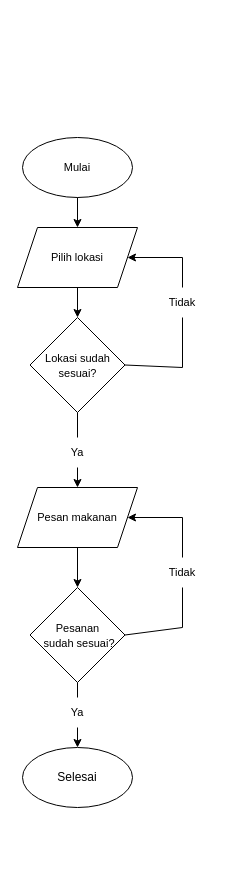
Earlier version of the draw.io diagram flowchart.drawio (NaufalNurFahriza/Naufal_Nur_Fahriza-Order_Food_App). Source tidied: cells renumbered, new cells numbered last; positions are measured from the earlier drawing's top-left corner, leaving out a move shared by most shapes. Both pictures are drawn from the tidied source at 100%, with x=0, y=0 at pixel (17, 137).
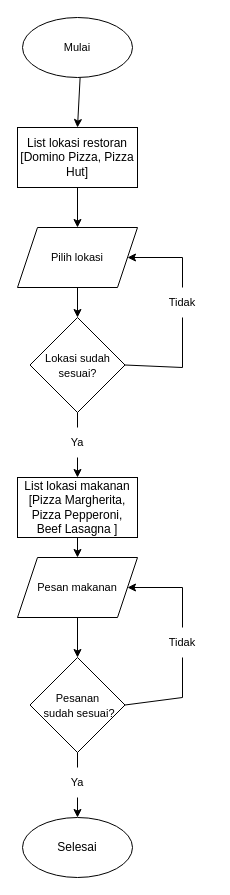
The same page after the edit.

Commit message:
penambahan list lokasi restoran dan menu makanan

Unchanged cells that the change refers to:
```xml
<mxCell id="5" value="&lt;font style=&quot;font-size: 11px&quot;&gt;Pilih lokasi&lt;/font&gt;" style="shape=parallelogram;perimeter=parallelogramPerimeter;whiteSpace=wrap;html=1;fixedSize=1;" parent="1" vertex="1">
  <mxGeometry y="90" width="120" height="60" as="geometry" />
</mxCell>
```

What changed in the source:
```diff
@@
+    <mxCell id="27" style="edgeStyle=none;html=1;" parent="1" edge="1" source="2" target="30">
+      <mxGeometry relative="1" as="geometry" />
+    </mxCell>
     <mxCell id="2" value="&lt;font style=&quot;font-size: 11px&quot;&gt;Mulai&lt;/font&gt;" style="ellipse;whiteSpace=wrap;html=1;" parent="1" vertex="1">
-      <mxGeometry x="5" width="110" height="60" as="geometry" />
+      <mxGeometry x="5" y="-120" width="110" height="60" as="geometry" />
     </mxCell>
     <mxCell id="3" value="Selesai" style="ellipse;whiteSpace=wrap;html=1;" parent="1" vertex="1">
-      <mxGeometry x="5" y="610" width="110" height="60" as="geometry" />
+      <mxGeometry x="5" y="680" width="110" height="60" as="geometry" />
     </mxCell>
@@
-    <mxCell id="12" style="edgeStyle=none;html=1;" parent="1" edge="1" source="13" target="17">
+    <mxCell id="12" style="edgeStyle=none;html=1;exitX=0.5;exitY=1;exitDx=0;exitDy=0;" parent="1" edge="1" source="31" target="17">
       <mxGeometry relative="1" as="geometry" />
     </mxCell>
+    <mxCell id="28" style="edgeStyle=none;html=1;" parent="1" edge="1" source="13" target="31">
+      <mxGeometry relative="1" as="geometry" />
+    </mxCell>
     <mxCell id="13" value="&lt;font style=&quot;font-size: 11px&quot;&gt;Ya&lt;/font&gt;" style="text;html=1;strokeColor=none;fillColor=none;align=center;verticalAlign=middle;whiteSpace=wrap;rounded=0;" parent="1" vertex="1">
-      <mxGeometry x="30" y="300" width="60" height="30" as="geometry" />
+      <mxGeometry x="30" y="290" width="60" height="30" as="geometry" />
     </mxCell>
@@
-    <mxCell id="15" style="edgeStyle=none;html=1;exitX=0.5;exitY=1;exitDx=0;exitDy=0;" parent="1" edge="1" source="2" target="5">
-      <mxGeometry relative="1" as="geometry" />
-    </mxCell>
@@
     <mxCell id="17" value="&lt;font style=&quot;font-size: 11px&quot;&gt;Pesan makanan&lt;/font&gt;" style="shape=parallelogram;perimeter=parallelogramPerimeter;whiteSpace=wrap;html=1;fixedSize=1;" parent="1" vertex="1">
-      <mxGeometry y="350" width="120" height="60" as="geometry" />
+      <mxGeometry y="420" width="120" height="60" as="geometry" />
     </mxCell>
@@
     <mxCell id="19" value="&lt;font style=&quot;font-size: 11px&quot;&gt;Pesanan&lt;br&gt;&amp;nbsp;sudah sesuai?&lt;/font&gt;" style="rhombus;whiteSpace=wrap;html=1;" parent="1" vertex="1">
-      <mxGeometry x="12.5" y="450" width="95" height="95" as="geometry" />
+      <mxGeometry x="12.5" y="520" width="95" height="95" as="geometry" />
     </mxCell>
     <mxCell id="20" style="endArrow=none;html=1;exitX=1;exitY=0.5;exitDx=0;exitDy=0;" parent="1" edge="1" source="19">
       <mxGeometry relative="1" as="geometry">
-        <mxPoint x="165" y="490" as="targetPoint" />
+        <mxPoint x="165" y="560" as="targetPoint" />
       </mxGeometry>
     </mxCell>
     <mxCell id="21" style="endArrow=none;html=1;startArrow=none;" parent="1" edge="1" source="23">
       <mxGeometry relative="1" as="geometry">
-        <mxPoint x="165" y="380" as="targetPoint" />
+        <mxPoint x="165" y="450" as="targetPoint" />
       </mxGeometry>
     </mxCell>
     <mxCell id="22" style="endArrow=classic;html=1;entryX=1;entryY=0.5;entryDx=0;entryDy=0;" parent="1" edge="1">
       <mxGeometry relative="1" as="geometry">
-        <mxPoint x="165" y="380" as="sourcePoint" />
-        <mxPoint x="110" y="380" as="targetPoint" />
+        <mxPoint x="165" y="450" as="sourcePoint" />
+        <mxPoint x="110" y="450" as="targetPoint" />
       </mxGeometry>
     </mxCell>
     <mxCell id="23" value="&lt;font style=&quot;font-size: 11px&quot;&gt;Tidak&lt;/font&gt;" style="text;html=1;strokeColor=none;fillColor=none;align=center;verticalAlign=middle;whiteSpace=wrap;rounded=0;" parent="1" vertex="1">
-      <mxGeometry x="135" y="420" width="60" height="30" as="geometry" />
+      <mxGeometry x="135" y="490" width="60" height="30" as="geometry" />
     </mxCell>
     <mxCell id="24" style="endArrow=none;html=1;" parent="1" edge="1" target="23">
       <mxGeometry relative="1" as="geometry">
-        <mxPoint x="165" y="490" as="sourcePoint" />
+        <mxPoint x="165" y="560" as="sourcePoint" />
       </mxGeometry>
     </mxCell>
     <mxCell id="25" value="&lt;font style=&quot;font-size: 11px&quot;&gt;Ya&lt;/font&gt;" style="text;html=1;strokeColor=none;fillColor=none;align=center;verticalAlign=middle;whiteSpace=wrap;rounded=0;" parent="1" vertex="1">
-      <mxGeometry x="30" y="560" width="60" height="30" as="geometry" />
+      <mxGeometry x="30" y="630" width="60" height="30" as="geometry" />
     </mxCell>
@@
+    <mxCell id="29" style="edgeStyle=none;html=1;" parent="1" edge="1" source="30" target="5">
+      <mxGeometry relative="1" as="geometry" />
+    </mxCell>
+    <mxCell id="30" value="List lokasi restoran&lt;br&gt;[Domino Pizza, Pizza Hut]" style="rounded=0;whiteSpace=wrap;html=1;" parent="1" vertex="1">
+      <mxGeometry y="-10" width="120" height="60" as="geometry" />
+    </mxCell>
+    <mxCell id="31" value="List lokasi makanan&lt;br&gt;[Pizza Margherita, Pizza Pepperoni, Beef Lasagna ]" style="rounded=0;whiteSpace=wrap;html=1;" parent="1" vertex="1">
+      <mxGeometry y="340" width="120" height="60" as="geometry" />
+    </mxCell>
```
